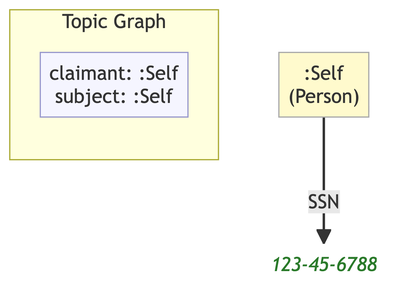
Above: example/graphs/images/graph-23.png in MeeFoundation/mia-ontologies (Mermaid), before the change. Its source is kept beside it as example/graphs/images/graph-23.mmd.
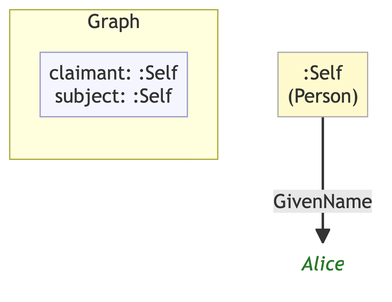
Later version of the same file.

Change to the diagram source:
```diff
@@ -1,16 +1,15 @@
 flowchart TD
     classDef person fill:#fffacd,stroke:#aaa,color:#333
-    classDef grp    fill:#d4edda,stroke:#aaa,color:#333
     classDef org    fill:#cce5ff,stroke:#aaa,color:#333
     classDef lit    fill:none,stroke:none,font-style:italic,color:#2a7a2a
     classDef meta   fill:#f5f5ff,stroke:#9999cc,color:#333
 
-    subgraph ctx["Topic Graph"]
+    subgraph ctx["Graph"]
         direction LR
         ctx_meta["claimant: :Self\nsubject: :Self"]:::meta
     end
 
     ne0c3ba92f1db[":Self\n(Person)"]:::person
-    nede6fcda5342("123-45-6788"):::lit
+    n61aa1fd844a1("Alice"):::lit
 
-    ne0c3ba92f1db -->|"SSN"| nede6fcda5342
+    ne0c3ba92f1db -->|"GivenName"| n61aa1fd844a1
```
